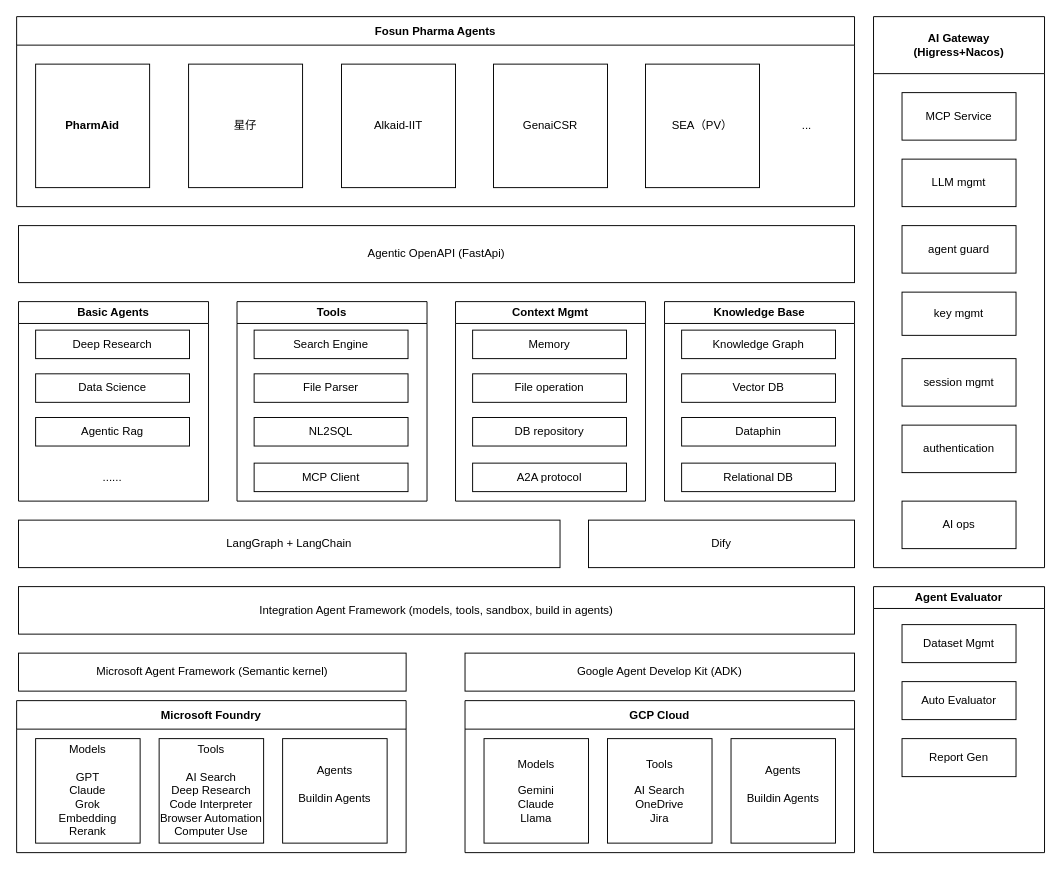
Above: public/AgentFramework.drawio in leestar991/agi-proxy (draw.io), before the change. Source tidied: cells renumbered, new cells numbered last; positions are measured from the earlier drawing's top-left corner, leaving out a move shared by most shapes. Both pictures are drawn from the tidied source at 95%, with x=0, y=0 at pixel (16, 16).
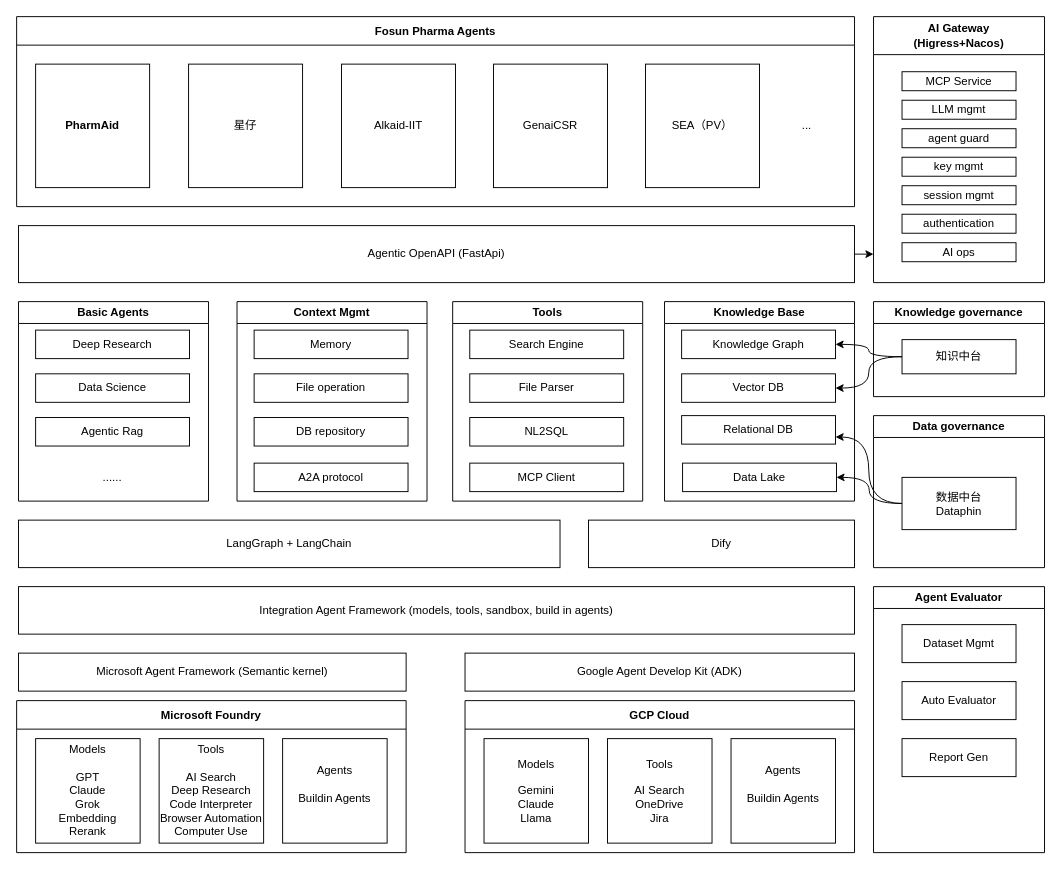
Above is the later version.

The change refers to these unchanged cells:
```xml
<mxCell id="30" value="Knowledge Base" style="swimlane;whiteSpace=wrap;html=1;" parent="1" vertex="1">
  <mxGeometry x="682" y="300" width="200" height="210" as="geometry" />
</mxCell>
<mxCell id="31" value="Knowledge Graph" style="rounded=0;whiteSpace=wrap;html=1;" parent="30" vertex="1">
  <mxGeometry x="18" y="30" width="162" height="30" as="geometry" />
</mxCell>
<mxCell id="32" value="Vector DB" style="rounded=0;whiteSpace=wrap;html=1;" parent="30" vertex="1">
  <mxGeometry x="18" y="76" width="162" height="30" as="geometry" />
</mxCell>
<mxCell id="35" value="Agentic OpenAPI (FastApi)" style="rounded=0;whiteSpace=wrap;html=1;" parent="1" vertex="1">
  <mxGeometry x="2" y="220" width="880" height="60" as="geometry" />
</mxCell>
```

Change to the diagram source:
```diff
@@
     <mxCell id="20" value="Tools" style="swimlane;whiteSpace=wrap;html=1;" parent="1" vertex="1">
-      <mxGeometry x="232" y="300" width="200" height="210" as="geometry" />
+      <mxGeometry x="459" y="300" width="200" height="210" as="geometry" />
     </mxCell>
@@
-    <mxCell id="25" value="Context Mgmt" style="swimlane;whiteSpace=wrap;html=1;" parent="1" vertex="1">
-      <mxGeometry x="462" y="300" width="200" height="210" as="geometry" />
-    </mxCell>
-    <mxCell id="26" value="Memory" style="rounded=0;whiteSpace=wrap;html=1;" parent="25" vertex="1">
-      <mxGeometry x="18" y="30" width="162" height="30" as="geometry" />
-    </mxCell>
-    <mxCell id="27" value="File operation" style="rounded=0;whiteSpace=wrap;html=1;" parent="25" vertex="1">
-      <mxGeometry x="18" y="76" width="162" height="30" as="geometry" />
-    </mxCell>
-    <mxCell id="28" value="DB repository" style="rounded=0;whiteSpace=wrap;html=1;" parent="25" vertex="1">
-      <mxGeometry x="18" y="122" width="162" height="30" as="geometry" />
-    </mxCell>
-    <mxCell id="29" value="A2A protocol" style="rounded=0;whiteSpace=wrap;html=1;" parent="25" vertex="1">
-      <mxGeometry x="18" y="170" width="162" height="30" as="geometry" />
-    </mxCell>
@@
-    <mxCell id="33" value="Dataphin" style="rounded=0;whiteSpace=wrap;html=1;" parent="30" vertex="1">
-      <mxGeometry x="18" y="122" width="162" height="30" as="geometry" />
-    </mxCell>
     <mxCell id="34" value="Relational DB" style="rounded=0;whiteSpace=wrap;html=1;" parent="30" vertex="1">
-      <mxGeometry x="18" y="170" width="162" height="30" as="geometry" />
+      <mxGeometry x="18" y="120" width="162" height="30" as="geometry" />
     </mxCell>
+    <mxCell id="55" value="Data Lake" style="rounded=0;whiteSpace=wrap;html=1;" parent="30" vertex="1">
+      <mxGeometry x="19" y="170" width="162" height="30" as="geometry" />
+    </mxCell>
+    <mxCell id="56" style="edgeStyle=orthogonalEdgeStyle;rounded=0;jettySize=auto;html=1;exitX=1;exitY=0.5;exitDx=0;exitDy=0;" parent="1" edge="1" source="35">
+      <mxGeometry relative="1" as="geometry">
+        <mxPoint x="902" y="250" as="targetPoint" />
+      </mxGeometry>
+    </mxCell>
@@
-    <mxCell id="43" value="AI Gateway&lt;div&gt;(Higress+Nacos)&lt;/div&gt;" style="swimlane;whiteSpace=wrap;html=1;startSize=60;" parent="1" vertex="1">
-      <mxGeometry x="902" width="180" height="580" as="geometry" />
+    <mxCell id="43" value="AI Gateway&lt;div&gt;(Higress+Nacos)&lt;/div&gt;" style="swimlane;whiteSpace=wrap;html=1;startSize=40;" parent="1" vertex="1">
+      <mxGeometry x="902" width="180" height="280" as="geometry" />
     </mxCell>
     <mxCell id="44" value="MCP Service" style="rounded=0;whiteSpace=wrap;html=1;" parent="43" vertex="1">
-      <mxGeometry x="30" y="80" width="120" height="50" as="geometry" />
+      <mxGeometry x="30" y="58" width="120" height="20" as="geometry" />
     </mxCell>
     <mxCell id="45" value="LLM mgmt" style="rounded=0;whiteSpace=wrap;html=1;" parent="43" vertex="1">
-      <mxGeometry x="30" y="150" width="120" height="50" as="geometry" />
+      <mxGeometry x="30" y="88" width="120" height="20" as="geometry" />
     </mxCell>
     <mxCell id="46" value="agent&amp;nbsp;guard" style="rounded=0;whiteSpace=wrap;html=1;" parent="43" vertex="1">
-      <mxGeometry x="30" y="220" width="120" height="50" as="geometry" />
+      <mxGeometry x="30" y="118" width="120" height="20" as="geometry" />
     </mxCell>
     <mxCell id="47" value="key mgmt" style="rounded=0;whiteSpace=wrap;html=1;" parent="43" vertex="1">
-      <mxGeometry x="30" y="290" width="120" height="45.5" as="geometry" />
+      <mxGeometry x="30" y="148" width="120" height="20" as="geometry" />
     </mxCell>
     <mxCell id="48" value="session mgmt" style="rounded=0;whiteSpace=wrap;html=1;" parent="43" vertex="1">
-      <mxGeometry x="30" y="360" width="120" height="50" as="geometry" />
+      <mxGeometry x="30" y="178" width="120" height="20" as="geometry" />
     </mxCell>
     <mxCell id="49" value="authentication" style="rounded=0;whiteSpace=wrap;html=1;" parent="43" vertex="1">
-      <mxGeometry x="30" y="430" width="120" height="50" as="geometry" />
+      <mxGeometry x="30" y="208" width="120" height="20" as="geometry" />
     </mxCell>
     <mxCell id="50" value="AI ops" style="rounded=0;whiteSpace=wrap;html=1;" parent="43" vertex="1">
-      <mxGeometry x="30" y="510" width="120" height="50" as="geometry" />
+      <mxGeometry x="30" y="238" width="120" height="20" as="geometry" />
     </mxCell>
@@
+    <mxCell id="57" value="Knowledge governance" style="swimlane;whiteSpace=wrap;html=1;" parent="1" vertex="1">
+      <mxGeometry x="902" y="300" width="180" height="100" as="geometry" />
+    </mxCell>
+    <mxCell id="58" value="知识中台" style="rounded=0;whiteSpace=wrap;html=1;" parent="57" vertex="1">
+      <mxGeometry x="30" y="40" width="120" height="36" as="geometry" />
+    </mxCell>
+    <mxCell id="59" value="Data governance" style="swimlane;whiteSpace=wrap;html=1;" parent="1" vertex="1">
+      <mxGeometry x="902" y="420" width="180" height="160" as="geometry" />
+    </mxCell>
+    <mxCell id="33" value="&lt;div&gt;数据中台&lt;/div&gt;Dataphin" style="rounded=0;whiteSpace=wrap;html=1;" parent="59" vertex="1">
+      <mxGeometry x="30" y="65" width="120" height="55" as="geometry" />
+    </mxCell>
+    <mxCell id="25" value="Context Mgmt" style="swimlane;whiteSpace=wrap;html=1;" parent="1" vertex="1">
+      <mxGeometry x="232" y="300" width="200" height="210" as="geometry" />
+    </mxCell>
+    <mxCell id="26" value="Memory" style="rounded=0;whiteSpace=wrap;html=1;" parent="25" vertex="1">
+      <mxGeometry x="18" y="30" width="162" height="30" as="geometry" />
+    </mxCell>
+    <mxCell id="27" value="File operation" style="rounded=0;whiteSpace=wrap;html=1;" parent="25" vertex="1">
+      <mxGeometry x="18" y="76" width="162" height="30" as="geometry" />
+    </mxCell>
+    <mxCell id="28" value="DB repository" style="rounded=0;whiteSpace=wrap;html=1;" parent="25" vertex="1">
+      <mxGeometry x="18" y="122" width="162" height="30" as="geometry" />
+    </mxCell>
+    <mxCell id="29" value="A2A protocol" style="rounded=0;whiteSpace=wrap;html=1;" parent="25" vertex="1">
+      <mxGeometry x="18" y="170" width="162" height="30" as="geometry" />
+    </mxCell>
+    <mxCell id="60" style="edgeStyle=orthogonalEdgeStyle;rounded=0;jettySize=auto;html=1;exitX=0;exitY=0.5;exitDx=0;exitDy=0;entryX=1;entryY=0.75;entryDx=0;entryDy=0;curved=1;" parent="1" edge="1" source="33" target="34">
+      <mxGeometry relative="1" as="geometry" />
+    </mxCell>
+    <mxCell id="61" style="edgeStyle=orthogonalEdgeStyle;rounded=0;jettySize=auto;html=1;exitX=0;exitY=0.5;exitDx=0;exitDy=0;curved=1;" parent="1" edge="1" source="33" target="55">
+      <mxGeometry relative="1" as="geometry" />
+    </mxCell>
+    <mxCell id="62" style="edgeStyle=orthogonalEdgeStyle;rounded=0;jettySize=auto;html=1;exitX=0;exitY=0.5;exitDx=0;exitDy=0;curved=1;" parent="1" edge="1" source="58" target="31">
+      <mxGeometry relative="1" as="geometry" />
+    </mxCell>
+    <mxCell id="63" style="edgeStyle=orthogonalEdgeStyle;rounded=0;jettySize=auto;html=1;exitX=0;exitY=0.5;exitDx=0;exitDy=0;entryX=1;entryY=0.5;entryDx=0;entryDy=0;curved=1;" parent="1" edge="1" source="58" target="32">
+      <mxGeometry relative="1" as="geometry" />
+    </mxCell>
```
